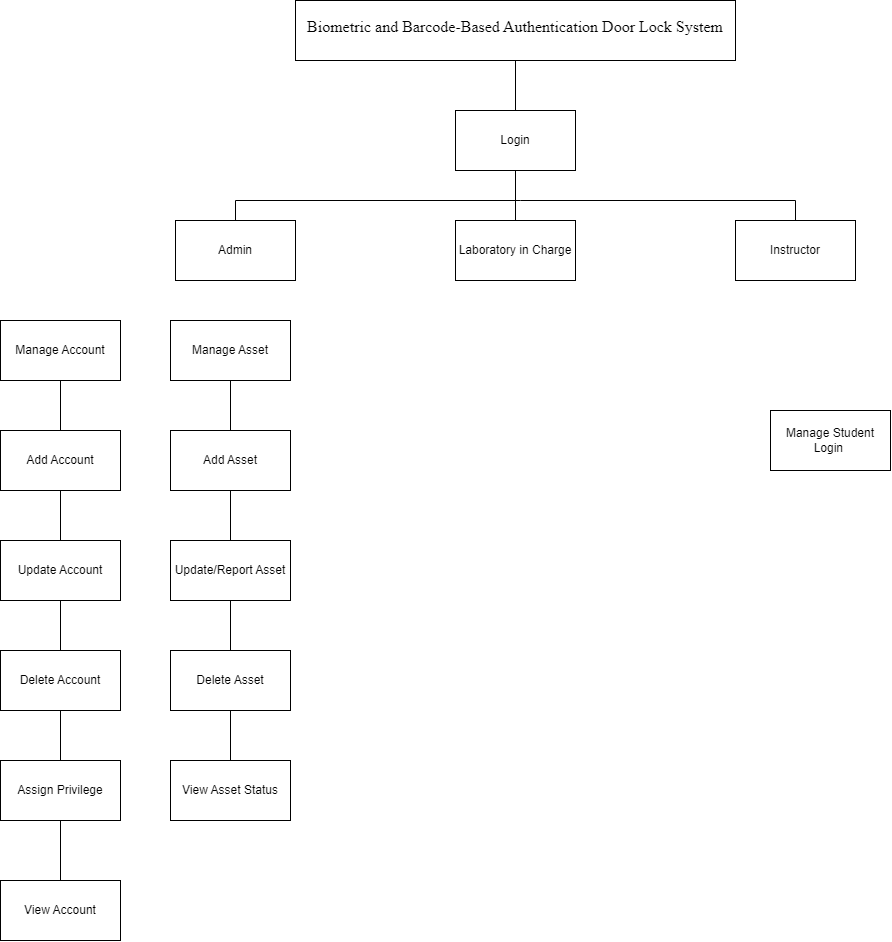
This is Functional Decomposition Diagram.drawio.png from kaisunoo/Acads, a draw.io export, as it was before one commit. Source tidied: cells renumbered, new cells last; positions are measured from the earlier drawing's top-left corner, leaving out a move shared by most shapes.
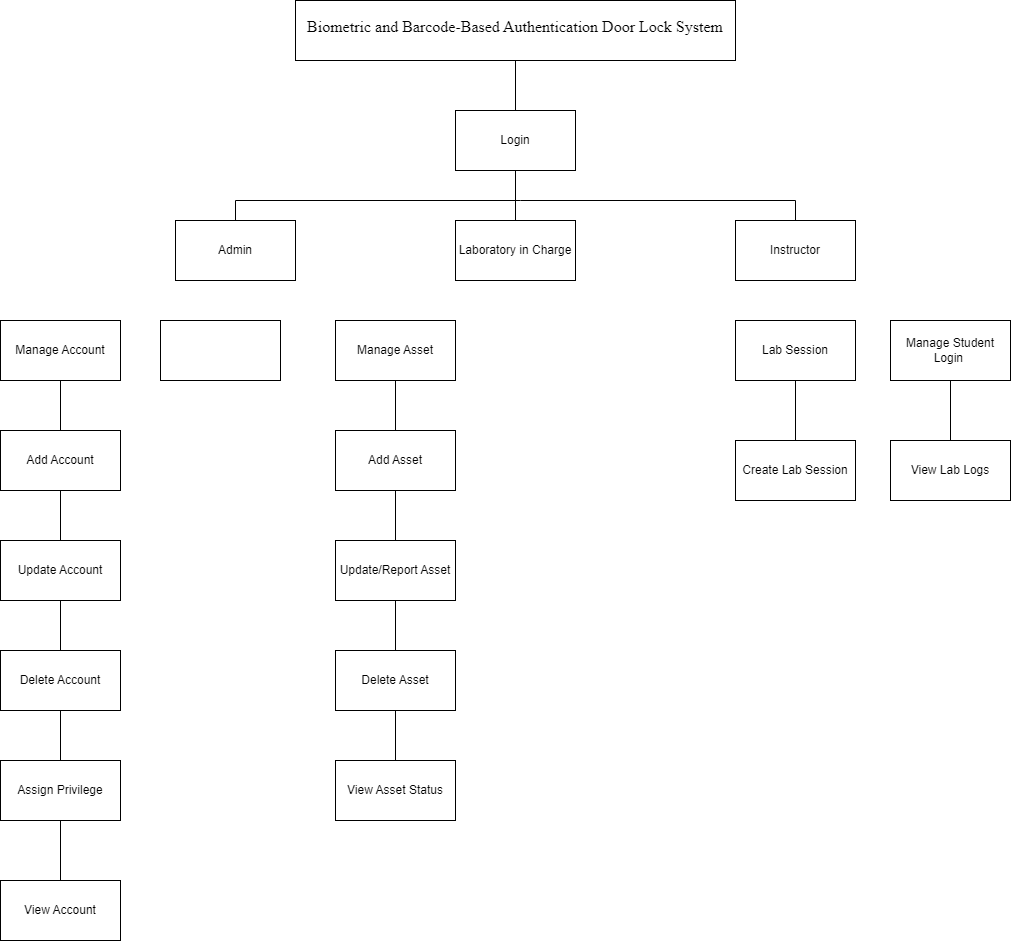
The same diagram one commit later.

Diff of the diagram source:
```diff
@@ -46,13 +46,13 @@
       <mxGeometry y="320" width="120" height="60" as="geometry" />
     </mxCell>
     <mxCell id="13" value="Manage Asset" style="rounded=0;whiteSpace=wrap;html=1;" parent="1" vertex="1">
-      <mxGeometry x="170" y="320" width="120" height="60" as="geometry" />
+      <mxGeometry x="335" y="320" width="120" height="60" as="geometry" />
     </mxCell>
     <mxCell id="14" value="Manage Student Login&amp;nbsp;" style="rounded=0;whiteSpace=wrap;html=1;" parent="1" vertex="1">
-      <mxGeometry x="770" y="410" width="120" height="60" as="geometry" />
+      <mxGeometry x="890" y="320" width="120" height="60" as="geometry" />
     </mxCell>
     <mxCell id="15" value="Update/Report Asset" style="rounded=0;whiteSpace=wrap;html=1;" parent="1" vertex="1">
-      <mxGeometry x="170" y="540" width="120" height="60" as="geometry" />
+      <mxGeometry x="335" y="540" width="120" height="60" as="geometry" />
     </mxCell>
     <mxCell id="16" value="View Account" style="rounded=0;whiteSpace=wrap;html=1;" parent="1" vertex="1">
       <mxGeometry y="880" width="120" height="60" as="geometry" />
@@ -85,13 +85,13 @@
       <mxGeometry relative="1" as="geometry" />
     </mxCell>
     <mxCell id="26" value="Add Asset" style="rounded=0;whiteSpace=wrap;html=1;" parent="1" vertex="1">
-      <mxGeometry x="170" y="430" width="120" height="60" as="geometry" />
+      <mxGeometry x="335" y="430" width="120" height="60" as="geometry" />
     </mxCell>
     <mxCell id="27" value="Delete Asset" style="rounded=0;whiteSpace=wrap;html=1;" parent="1" vertex="1">
-      <mxGeometry x="170" y="650" width="120" height="60" as="geometry" />
+      <mxGeometry x="335" y="650" width="120" height="60" as="geometry" />
     </mxCell>
     <mxCell id="28" value="View Asset Status" style="rounded=0;whiteSpace=wrap;html=1;" parent="1" vertex="1">
-      <mxGeometry x="170" y="760" width="120" height="60" as="geometry" />
+      <mxGeometry x="335" y="760" width="120" height="60" as="geometry" />
     </mxCell>
     <mxCell id="29" style="endArrow=none;html=1;rounded=0;entryX=0.5;entryY=1;entryDx=0;entryDy=0;exitX=0.5;exitY=0;exitDx=0;exitDy=0;" parent="1" edge="1" source="26" target="13">
       <mxGeometry relative="1" as="geometry" />
@@ -105,5 +105,23 @@
     <mxCell id="32" style="endArrow=none;html=1;rounded=0;entryX=0.5;entryY=1;entryDx=0;entryDy=0;exitX=0.5;exitY=0;exitDx=0;exitDy=0;" parent="1" edge="1" source="28" target="27">
       <mxGeometry relative="1" as="geometry" />
     </mxCell>
+    <mxCell id="33" style="rounded=0;whiteSpace=wrap;html=1;" parent="1" vertex="1">
+      <mxGeometry x="160" y="320" width="120" height="60" as="geometry" />
+    </mxCell>
+    <mxCell id="34" value="View Lab Logs" style="rounded=0;whiteSpace=wrap;html=1;" parent="1" vertex="1">
+      <mxGeometry x="890" y="440" width="120" height="60" as="geometry" />
+    </mxCell>
+    <mxCell id="35" style="endArrow=none;html=1;rounded=0;entryX=0.5;entryY=1;entryDx=0;entryDy=0;exitX=0.5;exitY=0;exitDx=0;exitDy=0;" parent="1" edge="1" source="34" target="14">
+      <mxGeometry relative="1" as="geometry" />
+    </mxCell>
+    <mxCell id="36" value="Create Lab Session" style="rounded=0;whiteSpace=wrap;html=1;" parent="1" vertex="1">
+      <mxGeometry x="735" y="440" width="120" height="60" as="geometry" />
+    </mxCell>
+    <mxCell id="37" value="Lab Session" style="rounded=0;whiteSpace=wrap;html=1;" parent="1" vertex="1">
+      <mxGeometry x="735" y="320" width="120" height="60" as="geometry" />
+    </mxCell>
+    <mxCell id="38" style="endArrow=none;html=1;rounded=0;exitX=0.5;exitY=0;exitDx=0;exitDy=0;entryX=0.5;entryY=1;entryDx=0;entryDy=0;entryPerimeter=0;" parent="1" edge="1" source="36" target="37">
+      <mxGeometry relative="1" as="geometry" />
+    </mxCell>
   </root>
 </mxGraphModel>
```
